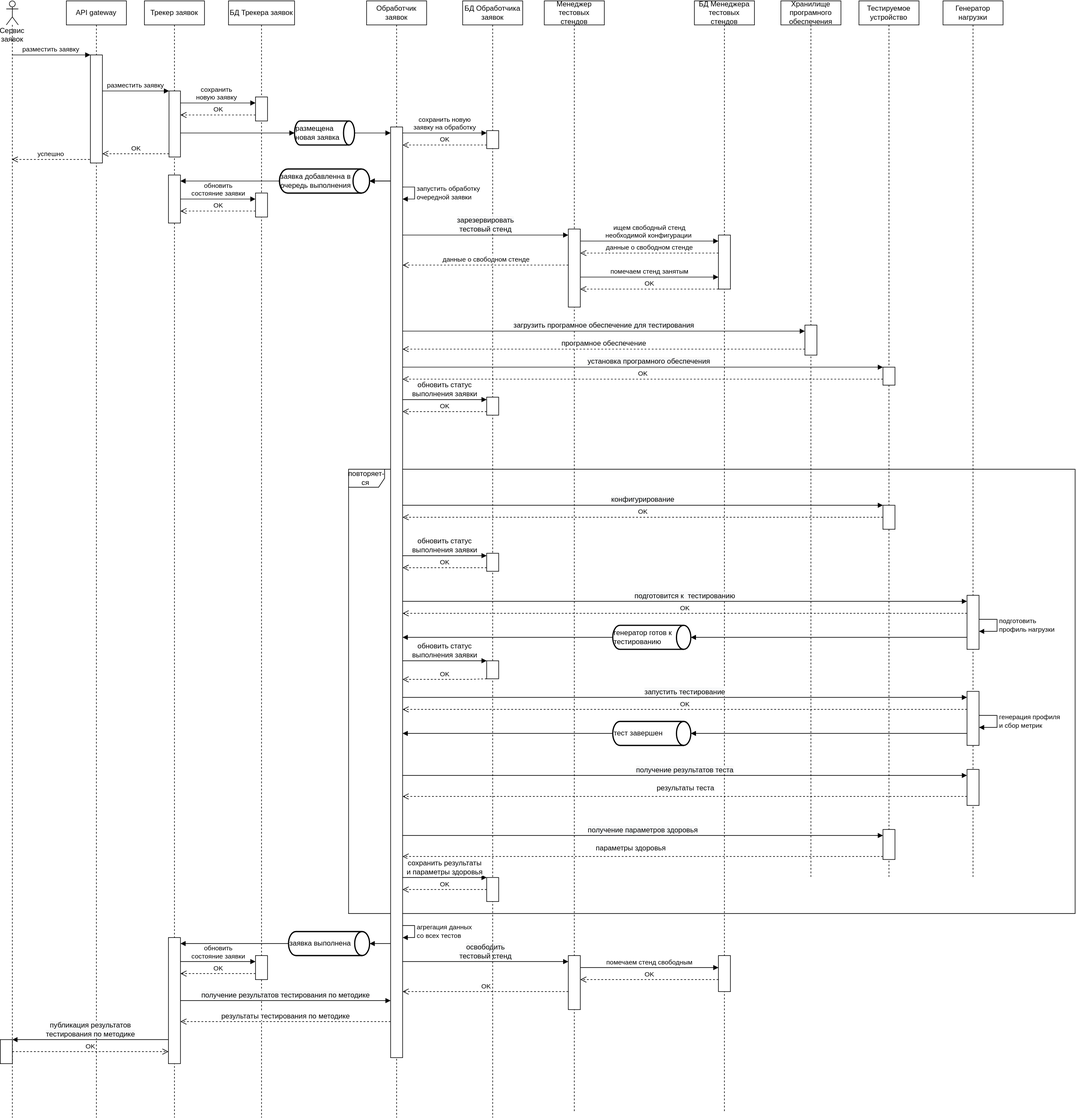
Before: graduate_project/diagrams/uc003_sequence_diagram.svg, a diagram exported from draw.io (ralex29/otus_software_architect_2022_09). Source tidied: cells renumbered, new cells last; positions are measured from the earlier drawing's top-left corner, leaving out a move shared by most shapes.
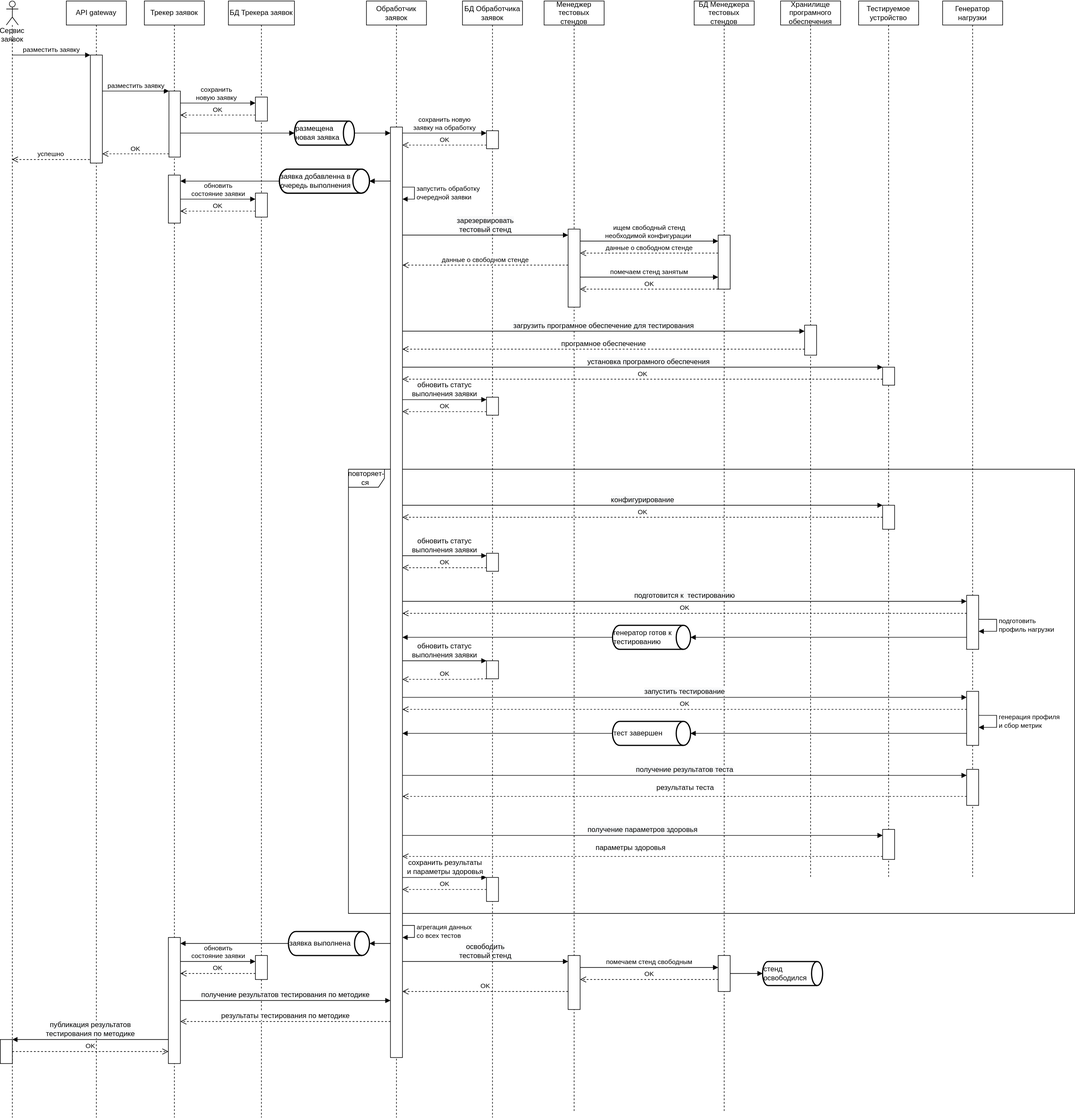
Above is the later version.

Commit message:
Added some sequence diagrams

The edit, as a diff of the source:
```diff
@@ -510,5 +510,11 @@
     <mxCell id="108" value="OK" style="html=1;verticalAlign=bottom;endArrow=open;dashed=1;endSize=8;rounded=0;" parent="1" edge="1" source="4" target="97">
       <mxGeometry relative="1" as="geometry" />
     </mxCell>
+    <mxCell id="109" style="html=1;verticalAlign=bottom;endArrow=block;rounded=0;entryX=0;entryY=0.5;entryDx=0;entryDy=0;entryPerimeter=0;" parent="1" edge="1" source="36" target="110">
+      <mxGeometry relative="1" as="geometry" />
+    </mxCell>
+    <mxCell id="110" value="&lt;span style=&quot;text-align: center;&quot;&gt;стенд освободился&lt;/span&gt;" style="strokeWidth=2;html=1;shape=mxgraph.flowchart.direct_data;whiteSpace=wrap;align=left;" parent="1" vertex="1">
+      <mxGeometry x="1270" y="1600" width="100" height="40" as="geometry" />
+    </mxCell>
   </root>
 </mxGraphModel>
```
